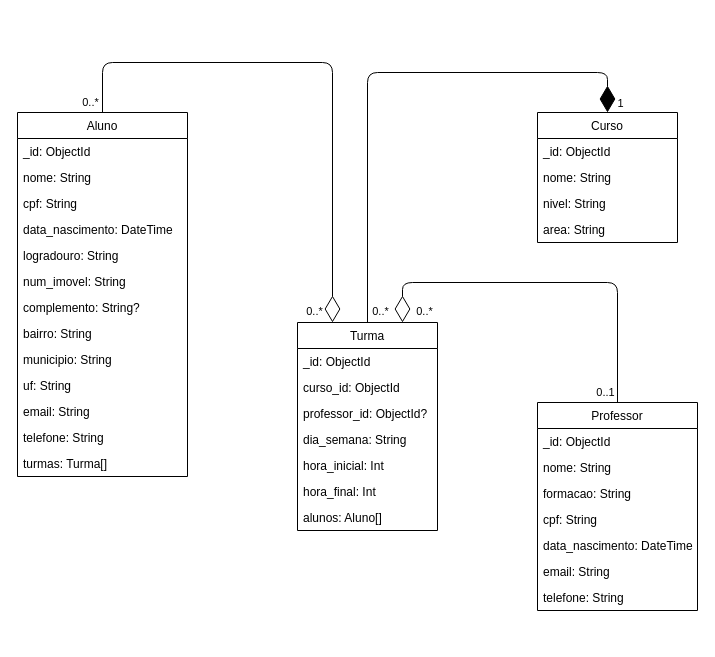
Earlier version of the draw.io diagram docs/modelagem-bd.drawio (vinicius-souzat/bn-not-2023-2). Source tidied: cells renumbered, new cells numbered last; positions are measured from the earlier drawing's top-left corner, leaving out a move shared by most shapes. Both pictures are drawn from the tidied source at 100%, with x=0, y=0 at pixel (17, 62).
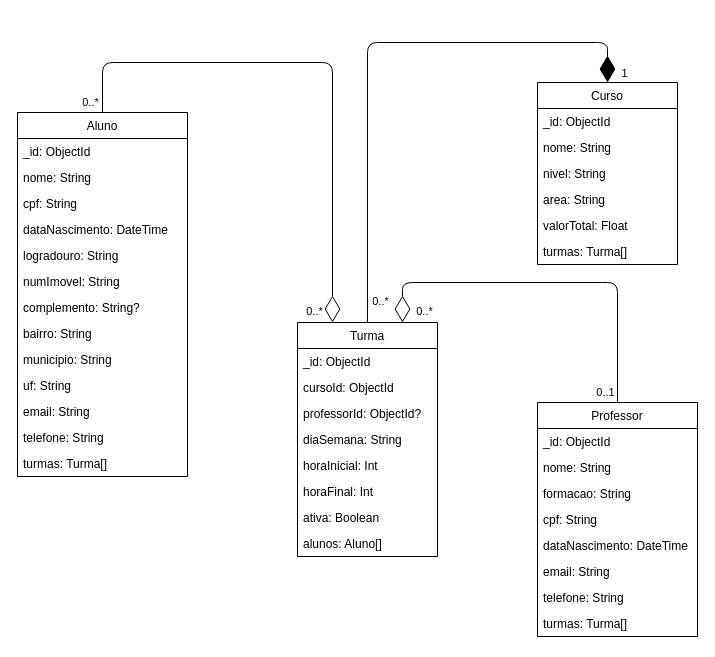
Above is the later version.

Commit message (it also covers changes not shown here):
(06/09) Término da modelagem de dados

The change refers to these unchanged cells:
```xml
<mxCell id="2" value="Aluno" style="swimlane;fontStyle=0;horizontal=1;startSize=26;fillColor=none;" parent="1" vertex="1">
  <mxGeometry y="50" width="170" height="364" as="geometry" />
</mxCell>
```

The edit, as a diff of the source:
```diff
@@
-    <mxCell id="6" value="data_nascimento: DateTime" style="text;strokeColor=none;fillColor=none;align=left;verticalAlign=top;spacingLeft=4;spacingRight=4;overflow=hidden;" parent="2" vertex="1">
+    <mxCell id="6" value="dataNascimento: DateTime" style="text;strokeColor=none;fillColor=none;align=left;verticalAlign=top;spacingLeft=4;spacingRight=4;overflow=hidden;" parent="2" vertex="1">
       <mxGeometry y="104" width="170" height="26" as="geometry" />
     </mxCell>
@@
-    <mxCell id="8" value="num_imovel: String" style="text;strokeColor=none;fillColor=none;align=left;verticalAlign=top;spacingLeft=4;spacingRight=4;overflow=hidden;" parent="2" vertex="1">
+    <mxCell id="8" value="numImovel: String" style="text;strokeColor=none;fillColor=none;align=left;verticalAlign=top;spacingLeft=4;spacingRight=4;overflow=hidden;" parent="2" vertex="1">
       <mxGeometry y="156" width="170" height="26" as="geometry" />
     </mxCell>
@@
     <mxCell id="16" value="Curso" style="swimlane;fontStyle=0;horizontal=1;startSize=26;fillColor=none;" parent="1" vertex="1">
-      <mxGeometry x="520" y="50" width="140" height="130" as="geometry" />
+      <mxGeometry x="520" y="20" width="140" height="182" as="geometry" />
     </mxCell>
@@
+    <mxCell id="46" value="valorTotal: Float" style="text;strokeColor=none;fillColor=none;align=left;verticalAlign=top;spacingLeft=4;spacingRight=4;overflow=hidden;" parent="16" vertex="1">
+      <mxGeometry y="130" width="140" height="26" as="geometry" />
+    </mxCell>
+    <mxCell id="47" value="turmas: Turma[]" style="text;strokeColor=none;fillColor=none;align=left;verticalAlign=top;spacingLeft=4;spacingRight=4;overflow=hidden;" parent="16" vertex="1">
+      <mxGeometry y="156" width="140" height="26" as="geometry" />
+    </mxCell>
     <mxCell id="21" value="Turma" style="swimlane;fontStyle=0;horizontal=1;startSize=26;fillColor=none;" parent="1" vertex="1">
-      <mxGeometry x="280" y="260" width="140" height="208" as="geometry" />
+      <mxGeometry x="280" y="260" width="140" height="234" as="geometry" />
     </mxCell>
@@
-    <mxCell id="23" value="curso_id: ObjectId" style="text;strokeColor=none;fillColor=none;align=left;verticalAlign=top;spacingLeft=4;spacingRight=4;overflow=hidden;" parent="21" vertex="1">
+    <mxCell id="23" value="cursoId: ObjectId" style="text;strokeColor=none;fillColor=none;align=left;verticalAlign=top;spacingLeft=4;spacingRight=4;overflow=hidden;" parent="21" vertex="1">
       <mxGeometry y="52" width="140" height="26" as="geometry" />
     </mxCell>
-    <mxCell id="24" value="professor_id: ObjectId?" style="text;strokeColor=none;fillColor=none;align=left;verticalAlign=top;spacingLeft=4;spacingRight=4;overflow=hidden;" parent="21" vertex="1">
+    <mxCell id="24" value="professorId: ObjectId?" style="text;strokeColor=none;fillColor=none;align=left;verticalAlign=top;spacingLeft=4;spacingRight=4;overflow=hidden;" parent="21" vertex="1">
       <mxGeometry y="78" width="140" height="26" as="geometry" />
     </mxCell>
-    <mxCell id="25" value="dia_semana: String" style="text;strokeColor=none;fillColor=none;align=left;verticalAlign=top;spacingLeft=4;spacingRight=4;overflow=hidden;" parent="21" vertex="1">
+    <mxCell id="25" value="diaSemana: String" style="text;strokeColor=none;fillColor=none;align=left;verticalAlign=top;spacingLeft=4;spacingRight=4;overflow=hidden;" parent="21" vertex="1">
       <mxGeometry y="104" width="140" height="26" as="geometry" />
     </mxCell>
-    <mxCell id="26" value="hora_inicial: Int" style="text;strokeColor=none;fillColor=none;align=left;verticalAlign=top;spacingLeft=4;spacingRight=4;overflow=hidden;" parent="21" vertex="1">
+    <mxCell id="26" value="horaInicial: Int" style="text;strokeColor=none;fillColor=none;align=left;verticalAlign=top;spacingLeft=4;spacingRight=4;overflow=hidden;" parent="21" vertex="1">
       <mxGeometry y="130" width="140" height="26" as="geometry" />
     </mxCell>
-    <mxCell id="27" value="hora_final: Int" style="text;strokeColor=none;fillColor=none;align=left;verticalAlign=top;spacingLeft=4;spacingRight=4;overflow=hidden;" parent="21" vertex="1">
+    <mxCell id="27" value="horaFinal: Int" style="text;strokeColor=none;fillColor=none;align=left;verticalAlign=top;spacingLeft=4;spacingRight=4;overflow=hidden;" parent="21" vertex="1">
       <mxGeometry y="156" width="140" height="26" as="geometry" />
     </mxCell>
-    <mxCell id="28" value="alunos: Aluno[]" style="text;strokeColor=none;fillColor=none;align=left;verticalAlign=top;spacingLeft=4;spacingRight=4;overflow=hidden;" parent="21" vertex="1">
+    <mxCell id="28" value="ativa: Boolean" style="text;strokeColor=none;fillColor=none;align=left;verticalAlign=top;spacingLeft=4;spacingRight=4;overflow=hidden;" parent="21" vertex="1">
       <mxGeometry y="182" width="140" height="26" as="geometry" />
     </mxCell>
+    <mxCell id="48" value="alunos: Aluno[]" style="text;strokeColor=none;fillColor=none;align=left;verticalAlign=top;spacingLeft=4;spacingRight=4;overflow=hidden;" parent="21" vertex="1">
+      <mxGeometry y="208" width="140" height="26" as="geometry" />
+    </mxCell>
     <mxCell id="29" value="Professor" style="swimlane;fontStyle=0;horizontal=1;startSize=26;fillColor=none;" parent="1" vertex="1">
-      <mxGeometry x="520" y="340" width="160" height="208" as="geometry" />
+      <mxGeometry x="520" y="340" width="160" height="234" as="geometry" />
     </mxCell>
@@
-    <mxCell id="34" value="data_nascimento: DateTime" style="text;strokeColor=none;fillColor=none;align=left;verticalAlign=top;spacingLeft=4;spacingRight=4;overflow=hidden;" parent="29" vertex="1">
+    <mxCell id="34" value="dataNascimento: DateTime" style="text;strokeColor=none;fillColor=none;align=left;verticalAlign=top;spacingLeft=4;spacingRight=4;overflow=hidden;" parent="29" vertex="1">
       <mxGeometry y="130" width="160" height="26" as="geometry" />
     </mxCell>
@@
+    <mxCell id="49" value="turmas: Turma[]" style="text;strokeColor=none;fillColor=none;align=left;verticalAlign=top;spacingLeft=4;spacingRight=4;overflow=hidden;" parent="29" vertex="1">
+      <mxGeometry y="208" width="160" height="26" as="geometry" />
+    </mxCell>
     <mxCell id="37" style="endArrow=diamondThin;endFill=1;endSize=24;html=1;entryX=0.5;entryY=0;entryDx=0;entryDy=0;edgeStyle=orthogonalEdgeStyle;exitX=0.5;exitY=0;exitDx=0;exitDy=0;" parent="1" edge="1" source="21" target="16">
       <mxGeometry relative="1" as="geometry">
         <Array as="points">
-          <mxPoint x="350" y="10" />
-          <mxPoint x="590" y="10" />
+          <mxPoint x="350" y="-20" />
+          <mxPoint x="590" y="-20" />
         </Array>
       </mxGeometry>
     </mxCell>
@@
     <mxCell id="39" value="1" style="edgeLabel;html=1;align=center;verticalAlign=middle;" parent="37" vertex="1">
       <mxGeometry x="0.45" relative="1" as="geometry">
-        <mxPoint x="118" y="30" as="offset" />
+        <mxPoint x="130" y="30" as="offset" />
       </mxGeometry>
     </mxCell>
```
